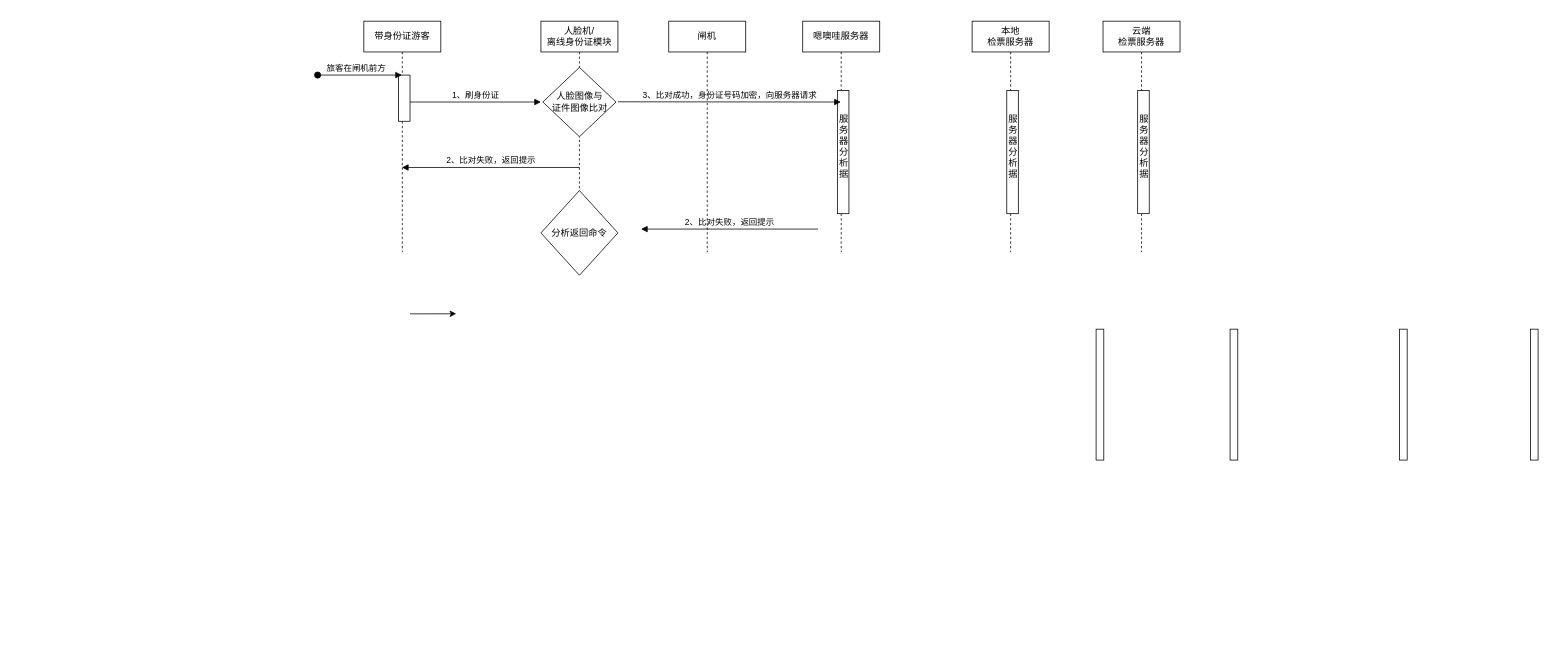
Before: 带身份证游客--自助通道.drawio in liucg63/-, a draw.io diagram. Source tidied: cells renumbered, new cells numbered last; positions are measured from the earlier drawing's top-left corner, leaving out a move shared by most shapes. Both pictures are drawn from the tidied source at 77%, with x=0, y=0 at pixel (317, 21).
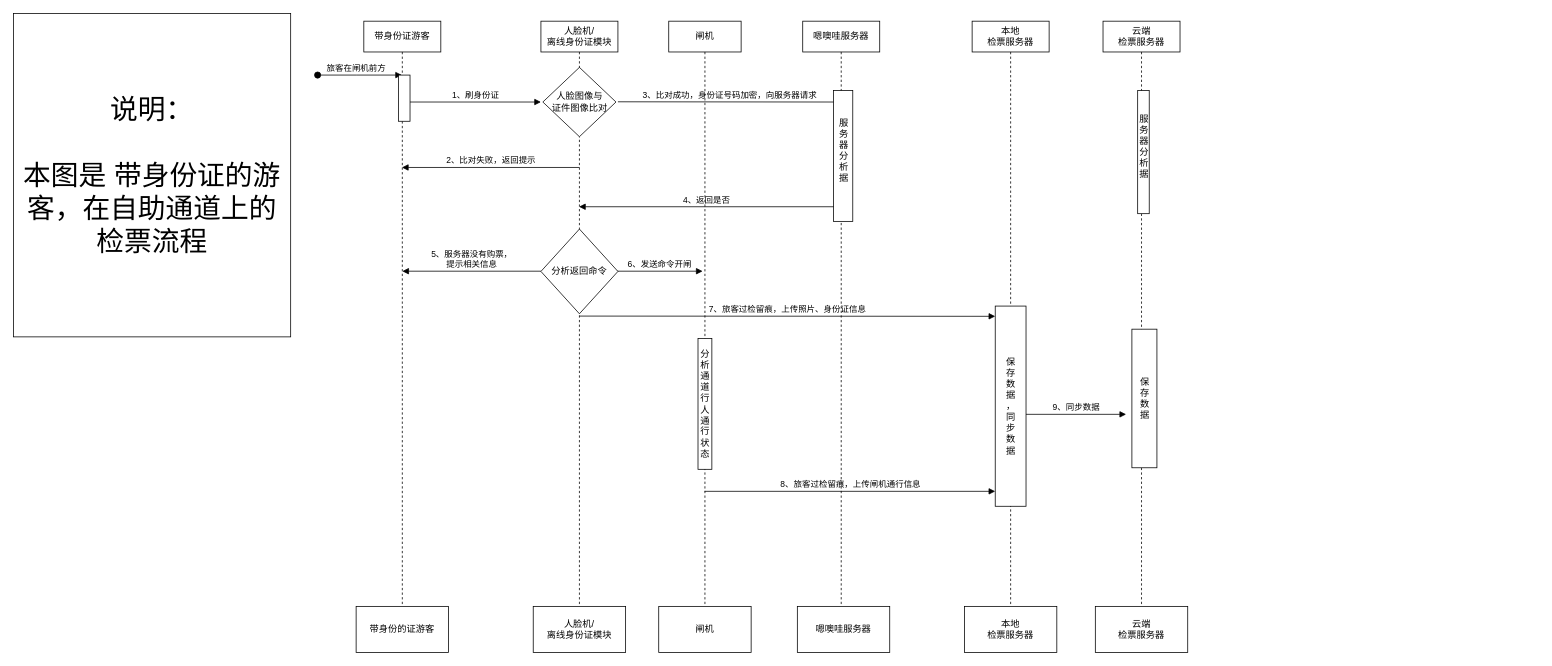
Above is the later version.

Commit message (it also covers changes not shown here):
更新带身份证游客--自助通道.drawio

The change refers to these unchanged cells:
```xml
<mxCell id="3" style="html=1;points=[];perimeter=orthogonalPerimeter;outlineConnect=0;targetShapes=umlLifeline;portConstraint=eastwest;newEdgeStyle={&quot;edgeStyle&quot;:&quot;elbowEdgeStyle&quot;,&quot;elbow&quot;:&quot;vertical&quot;,&quot;curved&quot;:0,&quot;rounded&quot;:0};labelBackgroundColor=none;" parent="2" vertex="1">
  <mxGeometry x="45" y="70" width="15" height="60" as="geometry" />
</mxCell>
```

Diff of the diagram source:
```diff
@@
+    <mxCell id="5" value="1、刷身份证" style="html=1;verticalAlign=bottom;endArrow=block;edgeStyle=elbowEdgeStyle;elbow=vertical;curved=0;rounded=0;labelBackgroundColor=none;fontColor=default;" parent="1" edge="1" source="3">
+      <mxGeometry relative="1" as="geometry">
+        <mxPoint x="290" y="105" as="targetPoint" />
+        <Array as="points">
+          <mxPoint x="120" y="105" />
+          <mxPoint x="175" y="94.7" />
+        </Array>
+      </mxGeometry>
+    </mxCell>
+    <mxCell id="6" value="2、比对失败，返回提示" style="html=1;verticalAlign=bottom;endArrow=block;edgeStyle=elbowEdgeStyle;elbow=vertical;curved=0;rounded=0;labelBackgroundColor=none;fontColor=default;" parent="1" edge="1" target="2">
+      <mxGeometry relative="1" as="geometry">
+        <mxPoint x="340" y="190" as="sourcePoint" />
+        <Array as="points">
+          <mxPoint x="220" y="190" />
+        </Array>
+      </mxGeometry>
+    </mxCell>
+    <mxCell id="11" value="旅客在闸机前方" style="html=1;verticalAlign=bottom;startArrow=oval;endArrow=block;startSize=8;edgeStyle=elbowEdgeStyle;elbow=vertical;curved=0;rounded=0;labelBackgroundColor=none;fontColor=default;" parent="1" edge="1" target="2">
+      <mxGeometry x="-0.09" relative="1" as="geometry">
+        <mxPoint y="70" as="sourcePoint" />
+        <Array as="points">
+          <mxPoint x="50" y="70" />
+        </Array>
+      </mxGeometry>
+    </mxCell>
+    <mxCell id="15" value="3、比对成功，身份证号码加密，向服务器请求" style="html=1;verticalAlign=bottom;endArrow=block;edgeStyle=elbowEdgeStyle;elbow=vertical;curved=0;rounded=0;labelBackgroundColor=none;fontColor=default;" parent="1" edge="1" target="12">
+      <mxGeometry relative="1" as="geometry">
+        <mxPoint x="390" y="104.7" as="sourcePoint" />
+        <Array as="points">
+          <mxPoint x="680" y="105" />
+          <mxPoint x="445" y="94.4" />
+        </Array>
+      </mxGeometry>
+    </mxCell>
+    <mxCell id="16" value="4、返回是否" style="html=1;verticalAlign=bottom;endArrow=block;edgeStyle=elbowEdgeStyle;elbow=vertical;curved=0;rounded=0;labelBackgroundColor=none;fontColor=default;" parent="1" edge="1" target="4">
+      <mxGeometry relative="1" as="geometry">
+        <mxPoint x="670" y="240" as="sourcePoint" />
+        <Array as="points">
+          <mxPoint x="420" y="241" />
+        </Array>
+      </mxGeometry>
+    </mxCell>
+    <mxCell id="24" value="5、服务器没有购票，&lt;div&gt;提示相关信息&lt;/div&gt;" style="html=1;verticalAlign=bottom;endArrow=block;edgeStyle=elbowEdgeStyle;elbow=vertical;curved=0;rounded=0;labelBackgroundColor=none;fontColor=default;" parent="1" edge="1">
+      <mxGeometry relative="1" as="geometry">
+        <mxPoint x="290" y="324.7" as="sourcePoint" />
+        <mxPoint x="110" y="325" as="targetPoint" />
+        <Array as="points">
+          <mxPoint x="170" y="324.7" />
+        </Array>
+      </mxGeometry>
+    </mxCell>
+    <mxCell id="25" value="6、发送命令开闸" style="html=1;verticalAlign=bottom;endArrow=block;edgeStyle=elbowEdgeStyle;elbow=vertical;curved=0;rounded=0;labelBackgroundColor=none;fontColor=default;" parent="1" edge="1">
+      <mxGeometry relative="1" as="geometry">
+        <mxPoint x="387.5" y="324.7" as="sourcePoint" />
+        <mxPoint x="500" y="325" as="targetPoint" />
+        <Array as="points">
+          <mxPoint x="387.5" y="324.7" />
+          <mxPoint x="442.5" y="314.4" />
+        </Array>
+      </mxGeometry>
+    </mxCell>
+    <mxCell id="26" value="7、旅客过检留痕，上传照片、身份证信息" style="html=1;verticalAlign=bottom;endArrow=block;edgeStyle=elbowEdgeStyle;elbow=vertical;curved=0;rounded=0;labelBackgroundColor=none;fontColor=default;" parent="1" edge="1">
+      <mxGeometry relative="1" as="geometry">
+        <mxPoint x="340" y="383" as="sourcePoint" />
+        <mxPoint x="880" y="383" as="targetPoint" />
+        <Array as="points">
+          <mxPoint x="630" y="383.3" />
+          <mxPoint x="395" y="372.7" />
+        </Array>
+      </mxGeometry>
+    </mxCell>
+    <mxCell id="27" value="8、旅客过检留痕，上传闸机通行信息" style="html=1;verticalAlign=bottom;endArrow=block;edgeStyle=elbowEdgeStyle;elbow=vertical;curved=0;rounded=0;labelBackgroundColor=none;fontColor=default;" parent="1" edge="1" source="7">
+      <mxGeometry relative="1" as="geometry">
+        <mxPoint x="880" y="610" as="targetPoint" />
+        <Array as="points">
+          <mxPoint x="870" y="610.6" />
+          <mxPoint x="635" y="600" />
+        </Array>
+      </mxGeometry>
+    </mxCell>
+    <mxCell id="28" value="9、同步数据" style="html=1;verticalAlign=bottom;endArrow=block;edgeStyle=elbowEdgeStyle;elbow=vertical;curved=0;rounded=0;labelBackgroundColor=none;fontColor=default;" parent="1" edge="1" source="20">
+      <mxGeometry relative="1" as="geometry">
+        <mxPoint x="1050" y="510" as="targetPoint" />
+        <Array as="points">
+          <mxPoint x="1317" y="510.6" />
+          <mxPoint x="1082" y="500" />
+        </Array>
+      </mxGeometry>
+    </mxCell>
+    <mxCell id="29" style="group;" parent="1" vertex="1">
+      <mxGeometry x="50" width="120" height="820" as="geometry" />
+    </mxCell>
-    <mxCell id="2" value="带身份证游客" style="shape=umlLifeline;perimeter=lifelinePerimeter;whiteSpace=wrap;html=1;outlineConnect=0;portConstraint=eastwest;newEdgeStyle={&quot;edgeStyle&quot;:&quot;elbowEdgeStyle&quot;,&quot;elbow&quot;:&quot;vertical&quot;,&quot;curved&quot;:0,&quot;rounded&quot;:0};labelBackgroundColor=none;" parent="1" vertex="1">
-      <mxGeometry x="60" width="100" height="300" as="geometry" />
+    <mxCell id="2" value="带身份证游客" style="shape=umlLifeline;perimeter=lifelinePerimeter;whiteSpace=wrap;html=1;outlineConnect=0;portConstraint=eastwest;newEdgeStyle={&quot;edgeStyle&quot;:&quot;elbowEdgeStyle&quot;,&quot;elbow&quot;:&quot;vertical&quot;,&quot;curved&quot;:0,&quot;rounded&quot;:0};labelBackgroundColor=none;" parent="29" vertex="1">
+      <mxGeometry x="10" width="100" height="760" as="geometry" />
     </mxCell>
@@
+    <mxCell id="30" value="带身份的证游客" style="rounded=0;whiteSpace=wrap;html=1;" parent="29" vertex="1">
+      <mxGeometry y="760" width="120" height="60" as="geometry" />
+    </mxCell>
+    <mxCell id="31" style="group;" parent="1" vertex="1">
+      <mxGeometry x="280" width="120" height="820" as="geometry" />
+    </mxCell>
-    <mxCell id="4" value="人脸机/&lt;div&gt;离线身份证模块&lt;/div&gt;" style="shape=umlLifeline;perimeter=lifelinePerimeter;whiteSpace=wrap;html=1;outlineConnect=0;portConstraint=eastwest;newEdgeStyle={&quot;edgeStyle&quot;:&quot;elbowEdgeStyle&quot;,&quot;elbow&quot;:&quot;vertical&quot;,&quot;curved&quot;:0,&quot;rounded&quot;:0};labelBackgroundColor=none;" parent="1" vertex="1">
-      <mxGeometry x="290" width="100" height="300" as="geometry" />
+    <mxCell id="4" value="人脸机/&lt;div&gt;离线身份证模块&lt;/div&gt;" style="shape=umlLifeline;perimeter=lifelinePerimeter;whiteSpace=wrap;html=1;outlineConnect=0;portConstraint=eastwest;newEdgeStyle={&quot;edgeStyle&quot;:&quot;elbowEdgeStyle&quot;,&quot;elbow&quot;:&quot;vertical&quot;,&quot;curved&quot;:0,&quot;rounded&quot;:0};labelBackgroundColor=none;" parent="31" vertex="1">
+      <mxGeometry x="10" width="100" height="760" as="geometry" />
     </mxCell>
-    <mxCell id="5" value="1、刷身份证" style="html=1;verticalAlign=bottom;endArrow=block;edgeStyle=elbowEdgeStyle;elbow=vertical;curved=0;rounded=0;labelBackgroundColor=none;fontColor=default;" parent="1" edge="1" source="3">
-      <mxGeometry relative="1" as="geometry">
-        <mxPoint x="290" y="105" as="targetPoint" />
-        <Array as="points">
-          <mxPoint x="120" y="105" />
-          <mxPoint x="175" y="94.7" />
-        </Array>
-      </mxGeometry>
-    </mxCell>
-    <mxCell id="6" value="2、比对失败，返回提示" style="html=1;verticalAlign=bottom;endArrow=block;edgeStyle=elbowEdgeStyle;elbow=vertical;curved=0;rounded=0;labelBackgroundColor=none;fontColor=default;" parent="1" edge="1" target="2">
-      <mxGeometry relative="1" as="geometry">
-        <mxPoint x="340" y="190" as="sourcePoint" />
-        <Array as="points">
-          <mxPoint x="220" y="190" />
-        </Array>
-      </mxGeometry>
-    </mxCell>
+    <mxCell id="32" value="人脸机/&lt;div&gt;离线身份证模块&lt;/div&gt;" style="rounded=0;whiteSpace=wrap;html=1;" parent="31" vertex="1">
+      <mxGeometry y="760" width="120" height="60" as="geometry" />
+    </mxCell>
+    <mxCell id="33" style="group;" parent="1" vertex="1">
+      <mxGeometry x="443" width="120" height="820" as="geometry" />
+    </mxCell>
-    <mxCell id="7" value="闸机" style="shape=umlLifeline;perimeter=lifelinePerimeter;whiteSpace=wrap;html=1;outlineConnect=0;portConstraint=eastwest;newEdgeStyle={&quot;edgeStyle&quot;:&quot;elbowEdgeStyle&quot;,&quot;elbow&quot;:&quot;vertical&quot;,&quot;curved&quot;:0,&quot;rounded&quot;:0};labelBackgroundColor=none;" parent="1" vertex="1">
-      <mxGeometry x="456" width="100" height="300" as="geometry" />
+    <mxCell id="7" value="闸机" style="shape=umlLifeline;perimeter=lifelinePerimeter;whiteSpace=wrap;html=1;outlineConnect=0;portConstraint=eastwest;newEdgeStyle={&quot;edgeStyle&quot;:&quot;elbowEdgeStyle&quot;,&quot;elbow&quot;:&quot;vertical&quot;,&quot;curved&quot;:0,&quot;rounded&quot;:0};labelBackgroundColor=none;" parent="33" vertex="1">
+      <mxGeometry x="13" width="94" height="760" as="geometry" />
     </mxCell>
-    <mxCell id="8" style="html=1;perimeter=orthogonalPerimeter;targetShapes=umlLifeline;newEdgeStyle={&quot;edgeStyle&quot;:&quot;elbowEdgeStyle&quot;,&quot;elbow&quot;:&quot;vertical&quot;,&quot;curved&quot;:0,&quot;rounded&quot;:0};labelBackgroundColor=none;" parent="7" vertex="1">
-      <mxGeometry x="555" y="400" width="10" height="170" as="geometry" />
+    <mxCell id="8" value="分&lt;div&gt;析&lt;/div&gt;&lt;div&gt;通&lt;/div&gt;&lt;div&gt;道&lt;/div&gt;&lt;div&gt;行&lt;/div&gt;&lt;div&gt;人&lt;/div&gt;&lt;div&gt;通&lt;/div&gt;&lt;div&gt;行&lt;/div&gt;&lt;div&gt;状&lt;/div&gt;&lt;div&gt;态&lt;/div&gt;" style="html=1;perimeter=orthogonalPerimeter;targetShapes=umlLifeline;newEdgeStyle={&quot;edgeStyle&quot;:&quot;elbowEdgeStyle&quot;,&quot;elbow&quot;:&quot;vertical&quot;,&quot;curved&quot;:0,&quot;rounded&quot;:0};labelBackgroundColor=none;" parent="7" vertex="1">
+      <mxGeometry x="38" y="412" width="18" height="170" as="geometry" />
     </mxCell>
-    <mxCell id="9" style="edgeStyle=elbowEdgeStyle;rounded=0;orthogonalLoop=1;jettySize=auto;html=1;elbow=vertical;curved=0;" parent="1" edge="1">
-      <mxGeometry relative="1" as="geometry">
-        <mxPoint x="120" y="380.1" as="sourcePoint" />
-        <mxPoint x="180" y="380.3" as="targetPoint" />
-      </mxGeometry>
-    </mxCell>
+    <mxCell id="34" value="闸机" style="rounded=0;whiteSpace=wrap;html=1;" parent="33" vertex="1">
+      <mxGeometry y="760" width="120" height="60" as="geometry" />
+    </mxCell>
+    <mxCell id="35" style="group;" parent="1" vertex="1">
+      <mxGeometry x="623" width="120" height="820" as="geometry" />
+    </mxCell>
+    <mxCell id="12" value="嗯噢哇服务器" style="shape=umlLifeline;perimeter=lifelinePerimeter;whiteSpace=wrap;html=1;outlineConnect=0;portConstraint=eastwest;newEdgeStyle={&quot;edgeStyle&quot;:&quot;elbowEdgeStyle&quot;,&quot;elbow&quot;:&quot;vertical&quot;,&quot;curved&quot;:0,&quot;rounded&quot;:0};labelBackgroundColor=none;" parent="35" vertex="1">
+      <mxGeometry x="7" width="100" height="760" as="geometry" />
+    </mxCell>
+    <mxCell id="14" value="服&lt;div&gt;务&lt;/div&gt;&lt;div&gt;器&lt;/div&gt;&lt;div&gt;分&lt;/div&gt;&lt;div&gt;析&lt;/div&gt;&lt;div&gt;&lt;span style=&quot;background-color: transparent; color: light-dark(rgb(0, 0, 0), rgb(255, 255, 255));&quot;&gt;据&lt;/span&gt;&lt;/div&gt;&lt;div&gt;&lt;div&gt;&lt;br&gt;&lt;/div&gt;&lt;/div&gt;" style="html=1;perimeter=orthogonalPerimeter;targetShapes=umlLifeline;newEdgeStyle={&quot;edgeStyle&quot;:&quot;elbowEdgeStyle&quot;,&quot;elbow&quot;:&quot;vertical&quot;,&quot;curved&quot;:0,&quot;rounded&quot;:0};labelBackgroundColor=none;" parent="12" vertex="1">
+      <mxGeometry x="40" y="90" width="25" height="170" as="geometry" />
+    </mxCell>
+    <mxCell id="36" value="嗯噢哇服务器" style="rounded=0;whiteSpace=wrap;html=1;" parent="35" vertex="1">
+      <mxGeometry y="760" width="120" height="60" as="geometry" />
+    </mxCell>
+    <mxCell id="37" style="group;" parent="1" vertex="1">
+      <mxGeometry x="840" width="120" height="820" as="geometry" />
+    </mxCell>
+    <mxCell id="18" value="&lt;div&gt;本地&lt;/div&gt;检票服务器" style="shape=umlLifeline;perimeter=lifelinePerimeter;whiteSpace=wrap;html=1;newEdgeStyle={&quot;edgeStyle&quot;:&quot;elbowEdgeStyle&quot;,&quot;elbow&quot;:&quot;vertical&quot;,&quot;curved&quot;:0,&quot;rounded&quot;:0};labelBackgroundColor=none;" parent="37" vertex="1">
+      <mxGeometry x="10" width="100" height="760" as="geometry" />
+    </mxCell>
+    <mxCell id="20" value="保&lt;div&gt;存&lt;/div&gt;&lt;div&gt;数&lt;/div&gt;&lt;div&gt;据&lt;br&gt;&lt;div&gt;&lt;div&gt;，&lt;/div&gt;&lt;/div&gt;&lt;/div&gt;&lt;div&gt;同&lt;/div&gt;&lt;div&gt;步&lt;/div&gt;&lt;div&gt;数&lt;/div&gt;&lt;div&gt;据&lt;/div&gt;" style="html=1;points=[];perimeter=orthogonalPerimeter;outlineConnect=0;targetShapes=umlLifeline;portConstraint=eastwest;newEdgeStyle={&quot;edgeStyle&quot;:&quot;elbowEdgeStyle&quot;,&quot;elbow&quot;:&quot;vertical&quot;,&quot;curved&quot;:0,&quot;rounded&quot;:0};labelBackgroundColor=none;" parent="18" vertex="1">
+      <mxGeometry x="30" y="370" width="40" height="260" as="geometry" />
+    </mxCell>
+    <mxCell id="38" value="本地&lt;div&gt;检票服务器&lt;/div&gt;" style="rounded=0;whiteSpace=wrap;html=1;" parent="37" vertex="1">
+      <mxGeometry y="760" width="120" height="60" as="geometry" />
+    </mxCell>
+    <mxCell id="39" style="group;" parent="1" vertex="1">
+      <mxGeometry x="1010" width="120" height="820" as="geometry" />
+    </mxCell>
+    <mxCell id="21" value="云端&lt;div&gt;检票服务器&lt;/div&gt;" style="shape=umlLifeline;perimeter=lifelinePerimeter;whiteSpace=wrap;html=1;newEdgeStyle={&quot;edgeStyle&quot;:&quot;elbowEdgeStyle&quot;,&quot;elbow&quot;:&quot;vertical&quot;,&quot;curved&quot;:0,&quot;rounded&quot;:0};labelBackgroundColor=none;" parent="39" vertex="1">
+      <mxGeometry x="10" width="100" height="760" as="geometry" />
+    </mxCell>
+    <mxCell id="23" value="服&lt;div&gt;务&lt;/div&gt;&lt;div&gt;器&lt;/div&gt;&lt;div&gt;分&lt;/div&gt;&lt;div&gt;析&lt;/div&gt;&lt;div&gt;&lt;span style=&quot;background-color: transparent; color: light-dark(rgb(0, 0, 0), rgb(255, 255, 255));&quot;&gt;据&lt;/span&gt;&lt;/div&gt;&lt;div&gt;&lt;div&gt;&lt;br&gt;&lt;/div&gt;&lt;/div&gt;" style="html=1;perimeter=orthogonalPerimeter;targetShapes=umlLifeline;newEdgeStyle={&quot;edgeStyle&quot;:&quot;elbowEdgeStyle&quot;,&quot;elbow&quot;:&quot;vertical&quot;,&quot;curved&quot;:0,&quot;rounded&quot;:0};labelBackgroundColor=none;" parent="21" vertex="1">
+      <mxGeometry x="45" y="90" width="15" height="160" as="geometry" />
+    </mxCell>
+    <mxCell id="13" value="保&lt;div&gt;存&lt;/div&gt;&lt;div&gt;数&lt;/div&gt;&lt;div&gt;据&lt;/div&gt;" style="html=1;perimeter=orthogonalPerimeter;targetShapes=umlLifeline;newEdgeStyle={&quot;edgeStyle&quot;:&quot;elbowEdgeStyle&quot;,&quot;elbow&quot;:&quot;vertical&quot;,&quot;curved&quot;:0,&quot;rounded&quot;:0};labelBackgroundColor=none;" parent="21" vertex="1">
+      <mxGeometry x="37.5" y="400" width="32.5" height="180" as="geometry" />
+    </mxCell>
+    <mxCell id="40" value="云端&lt;div&gt;检票服务器&lt;/div&gt;" style="rounded=0;whiteSpace=wrap;html=1;" parent="39" vertex="1">
+      <mxGeometry y="760" width="120" height="60" as="geometry" />
+    </mxCell>
@@
-    <mxCell id="11" value="旅客在闸机前方" style="html=1;verticalAlign=bottom;startArrow=oval;endArrow=block;startSize=8;edgeStyle=elbowEdgeStyle;elbow=vertical;curved=0;rounded=0;labelBackgroundColor=none;fontColor=default;" parent="1" edge="1" target="2">
-      <mxGeometry x="-0.09" relative="1" as="geometry">
-        <mxPoint y="70" as="sourcePoint" />
-        <Array as="points">
-          <mxPoint x="50" y="70" />
-        </Array>
-      </mxGeometry>
-    </mxCell>
-    <mxCell id="12" value="嗯噢哇服务器" style="shape=umlLifeline;perimeter=lifelinePerimeter;whiteSpace=wrap;html=1;outlineConnect=0;portConstraint=eastwest;newEdgeStyle={&quot;edgeStyle&quot;:&quot;elbowEdgeStyle&quot;,&quot;elbow&quot;:&quot;vertical&quot;,&quot;curved&quot;:0,&quot;rounded&quot;:0};labelBackgroundColor=none;" parent="1" vertex="1">
-      <mxGeometry x="630" width="100" height="300" as="geometry" />
-    </mxCell>
-    <mxCell id="13" style="html=1;perimeter=orthogonalPerimeter;targetShapes=umlLifeline;newEdgeStyle={&quot;edgeStyle&quot;:&quot;elbowEdgeStyle&quot;,&quot;elbow&quot;:&quot;vertical&quot;,&quot;curved&quot;:0,&quot;rounded&quot;:0};labelBackgroundColor=none;" parent="12" vertex="1">
-      <mxGeometry x="555" y="400" width="10" height="170" as="geometry" />
-    </mxCell>
-    <mxCell id="14" value="服&lt;div&gt;务&lt;/div&gt;&lt;div&gt;器&lt;/div&gt;&lt;div&gt;分&lt;/div&gt;&lt;div&gt;析&lt;/div&gt;&lt;div&gt;&lt;span style=&quot;background-color: transparent; color: light-dark(rgb(0, 0, 0), rgb(255, 255, 255));&quot;&gt;据&lt;/span&gt;&lt;/div&gt;&lt;div&gt;&lt;div&gt;&lt;br&gt;&lt;/div&gt;&lt;/div&gt;" style="html=1;perimeter=orthogonalPerimeter;targetShapes=umlLifeline;newEdgeStyle={&quot;edgeStyle&quot;:&quot;elbowEdgeStyle&quot;,&quot;elbow&quot;:&quot;vertical&quot;,&quot;curved&quot;:0,&quot;rounded&quot;:0};labelBackgroundColor=none;" parent="12" vertex="1">
-      <mxGeometry x="45" y="90" width="15" height="160" as="geometry" />
-    </mxCell>
-    <mxCell id="15" value="3、比对成功，身份证号码加密，向服务器请求" style="html=1;verticalAlign=bottom;endArrow=block;edgeStyle=elbowEdgeStyle;elbow=vertical;curved=0;rounded=0;labelBackgroundColor=none;fontColor=default;" parent="1" edge="1" target="12">
-      <mxGeometry relative="1" as="geometry">
-        <mxPoint x="390" y="104.7" as="sourcePoint" />
-        <Array as="points">
-          <mxPoint x="680" y="105" />
-          <mxPoint x="445" y="94.4" />
-        </Array>
-      </mxGeometry>
-    </mxCell>
-    <mxCell id="16" value="2、比对失败，返回提示" style="html=1;verticalAlign=bottom;endArrow=block;edgeStyle=elbowEdgeStyle;elbow=vertical;curved=0;rounded=0;labelBackgroundColor=none;fontColor=default;" parent="1" edge="1">
-      <mxGeometry relative="1" as="geometry">
-        <mxPoint x="650" y="270" as="sourcePoint" />
-        <mxPoint x="420" y="270" as="targetPoint" />
-        <Array as="points">
-          <mxPoint x="530" y="270" />
-        </Array>
-      </mxGeometry>
-    </mxCell>
     <mxCell id="17" value="分析返回命令" style="rhombus;whiteSpace=wrap;html=1;" parent="1" vertex="1">
-      <mxGeometry x="290" y="220" width="100" height="110" as="geometry" />
+      <mxGeometry x="290" y="270" width="100" height="110" as="geometry" />
     </mxCell>
-    <mxCell id="18" value="&lt;div&gt;本地&lt;/div&gt;检票服务器" style="shape=umlLifeline;perimeter=lifelinePerimeter;whiteSpace=wrap;html=1;newEdgeStyle={&quot;edgeStyle&quot;:&quot;elbowEdgeStyle&quot;,&quot;elbow&quot;:&quot;vertical&quot;,&quot;curved&quot;:0,&quot;rounded&quot;:0};labelBackgroundColor=none;" parent="1" vertex="1">
-      <mxGeometry x="850" width="100" height="300" as="geometry" />
-    </mxCell>
-    <mxCell id="19" style="html=1;perimeter=orthogonalPerimeter;targetShapes=umlLifeline;newEdgeStyle={&quot;edgeStyle&quot;:&quot;elbowEdgeStyle&quot;,&quot;elbow&quot;:&quot;vertical&quot;,&quot;curved&quot;:0,&quot;rounded&quot;:0};labelBackgroundColor=none;" parent="18" vertex="1">
-      <mxGeometry x="555" y="400" width="10" height="170" as="geometry" />
-    </mxCell>
-    <mxCell id="20" value="服&lt;div&gt;务&lt;/div&gt;&lt;div&gt;器&lt;/div&gt;&lt;div&gt;分&lt;/div&gt;&lt;div&gt;析&lt;/div&gt;&lt;div&gt;&lt;span style=&quot;background-color: transparent; color: light-dark(rgb(0, 0, 0), rgb(255, 255, 255));&quot;&gt;据&lt;/span&gt;&lt;/div&gt;&lt;div&gt;&lt;div&gt;&lt;br&gt;&lt;/div&gt;&lt;/div&gt;" style="html=1;points=[];perimeter=orthogonalPerimeter;outlineConnect=0;targetShapes=umlLifeline;portConstraint=eastwest;newEdgeStyle={&quot;edgeStyle&quot;:&quot;elbowEdgeStyle&quot;,&quot;elbow&quot;:&quot;vertical&quot;,&quot;curved&quot;:0,&quot;rounded&quot;:0};labelBackgroundColor=none;" parent="18" vertex="1">
-      <mxGeometry x="45" y="90" width="15" height="160" as="geometry" />
-    </mxCell>
-    <mxCell id="21" value="云端&lt;div&gt;检票服务器&lt;/div&gt;" style="shape=umlLifeline;perimeter=lifelinePerimeter;whiteSpace=wrap;html=1;newEdgeStyle={&quot;edgeStyle&quot;:&quot;elbowEdgeStyle&quot;,&quot;elbow&quot;:&quot;vertical&quot;,&quot;curved&quot;:0,&quot;rounded&quot;:0};labelBackgroundColor=none;" parent="1" vertex="1">
-      <mxGeometry x="1020" width="100" height="300" as="geometry" />
-    </mxCell>
-    <mxCell id="22" style="html=1;perimeter=orthogonalPerimeter;targetShapes=umlLifeline;newEdgeStyle={&quot;edgeStyle&quot;:&quot;elbowEdgeStyle&quot;,&quot;elbow&quot;:&quot;vertical&quot;,&quot;curved&quot;:0,&quot;rounded&quot;:0};labelBackgroundColor=none;" parent="21" vertex="1">
-      <mxGeometry x="555" y="400" width="10" height="170" as="geometry" />
-    </mxCell>
-    <mxCell id="23" value="服&lt;div&gt;务&lt;/div&gt;&lt;div&gt;器&lt;/div&gt;&lt;div&gt;分&lt;/div&gt;&lt;div&gt;析&lt;/div&gt;&lt;div&gt;&lt;span style=&quot;background-color: transparent; color: light-dark(rgb(0, 0, 0), rgb(255, 255, 255));&quot;&gt;据&lt;/span&gt;&lt;/div&gt;&lt;div&gt;&lt;div&gt;&lt;br&gt;&lt;/div&gt;&lt;/div&gt;" style="html=1;perimeter=orthogonalPerimeter;targetShapes=umlLifeline;newEdgeStyle={&quot;edgeStyle&quot;:&quot;elbowEdgeStyle&quot;,&quot;elbow&quot;:&quot;vertical&quot;,&quot;curved&quot;:0,&quot;rounded&quot;:0};labelBackgroundColor=none;" parent="21" vertex="1">
-      <mxGeometry x="45" y="90" width="15" height="160" as="geometry" />
-    </mxCell>
+    <mxCell id="41" value="&lt;font style=&quot;font-size: 36px;&quot;&gt;说明：&lt;/font&gt;&lt;div&gt;&lt;span style=&quot;font-size: 36px;&quot;&gt;&lt;br&gt;&lt;/span&gt;&lt;div&gt;&lt;font style=&quot;font-size: 36px;&quot;&gt;本图是 带身份证的游客，在自助通道上的检票流程&lt;/font&gt;&lt;/div&gt;&lt;/div&gt;" style="rounded=0;whiteSpace=wrap;html=1;" parent="1" vertex="1">
+      <mxGeometry x="-395" y="-10" width="360" height="420" as="geometry" />
+    </mxCell>
```
